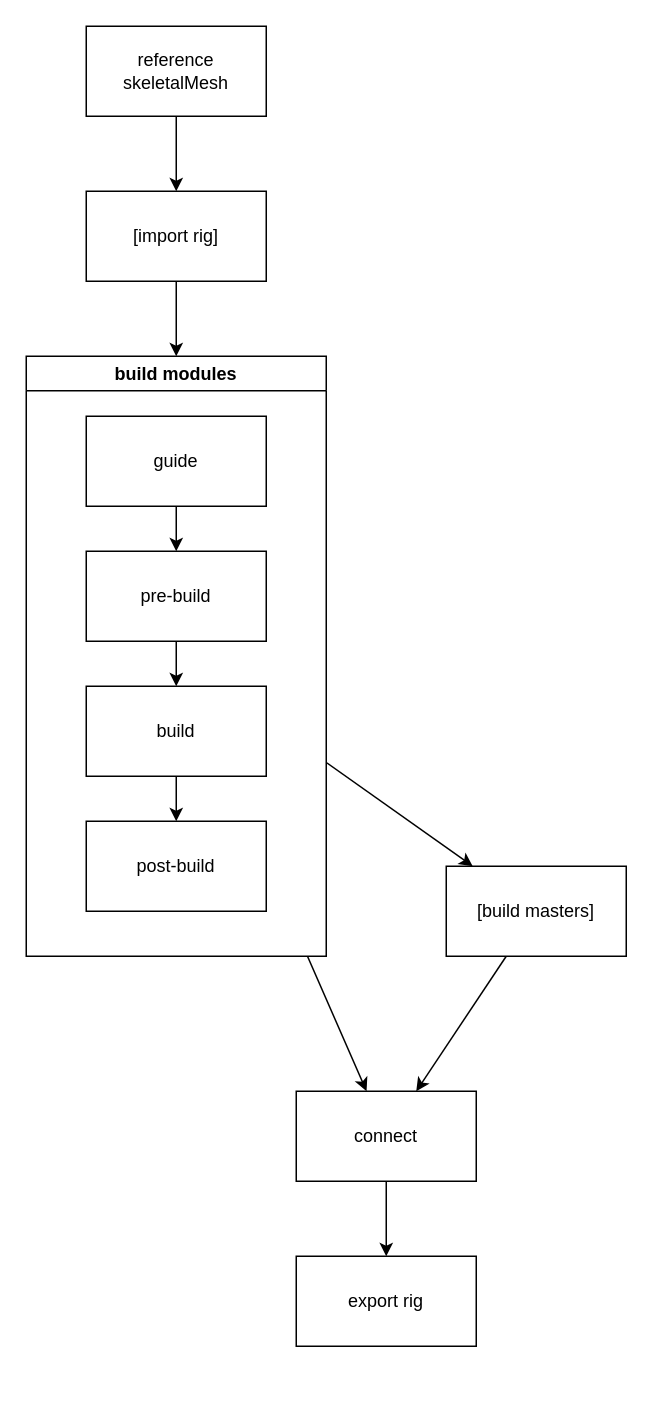
Before: docs/workflow.drawio in LEESANGTAK/ironRig, a draw.io diagram. Source tidied: cells renumbered, new cells numbered last; positions are measured from the earlier drawing's top-left corner, leaving out a move shared by most shapes. Both pictures are drawn from the tidied source at 150%, with x=0, y=0 at pixel (26, 26).
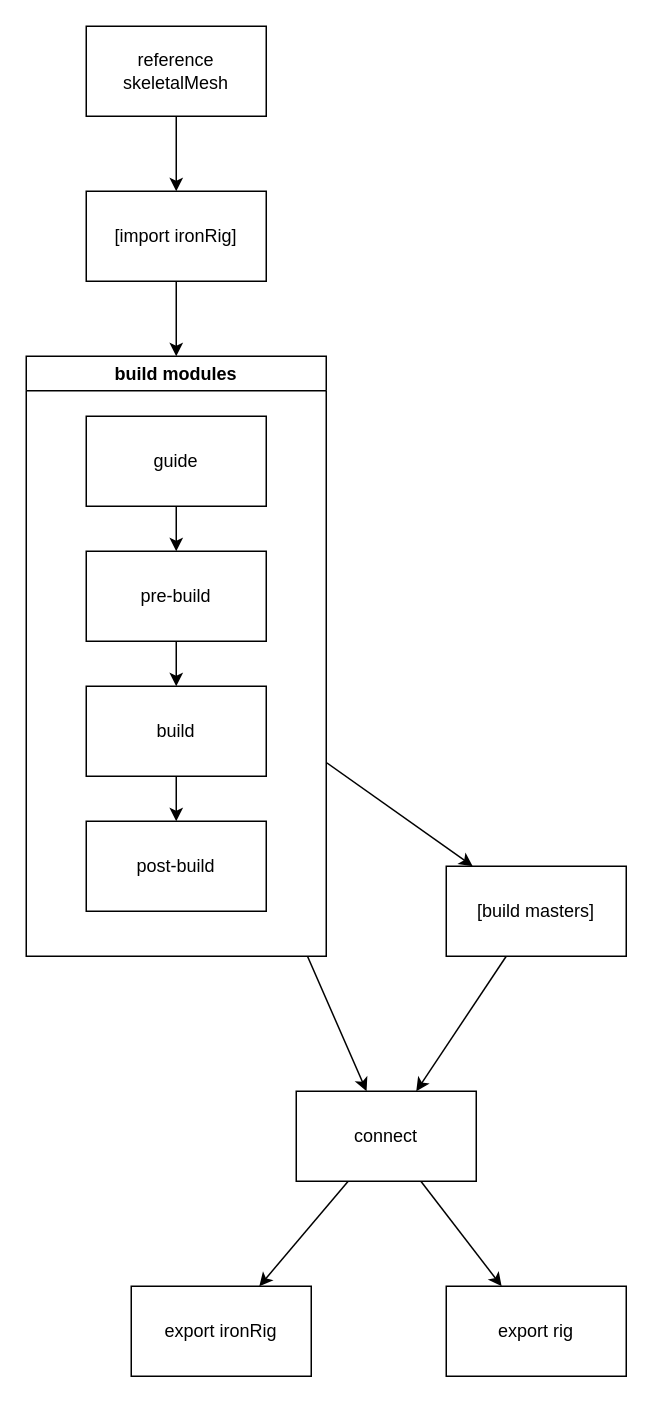
The same diagram, later.

The change refers to these unchanged cells:
```xml
<mxCell id="15" value="connect" style="rounded=0;whiteSpace=wrap;html=1;" parent="1" vertex="1">
  <mxGeometry x="180" y="710" width="120" height="60" as="geometry" />
</mxCell>
```

The edit, as a diff of the source:
```diff
@@
+    <mxCell id="21" style="edgeStyle=none;html=1;endArrow=classic;endFill=1;" parent="1" edge="1" source="15" target="22">
+      <mxGeometry relative="1" as="geometry" />
+    </mxCell>
@@
-    <mxCell id="16" value="export rig" style="rounded=0;whiteSpace=wrap;html=1;" parent="1" vertex="1">
-      <mxGeometry x="180" y="820" width="120" height="60" as="geometry" />
+    <mxCell id="16" value="export ironRig" style="rounded=0;whiteSpace=wrap;html=1;" parent="1" vertex="1">
+      <mxGeometry x="70" y="840" width="120" height="60" as="geometry" />
     </mxCell>
@@
-    <mxCell id="18" value="[import rig]" style="rounded=0;whiteSpace=wrap;html=1;" parent="1" vertex="1">
+    <mxCell id="18" value="[import ironRig]" style="rounded=0;whiteSpace=wrap;html=1;" parent="1" vertex="1">
       <mxGeometry x="40" y="110" width="120" height="60" as="geometry" />
     </mxCell>
@@
+    <mxCell id="22" value="export rig" style="rounded=0;whiteSpace=wrap;html=1;" parent="1" vertex="1">
+      <mxGeometry x="280" y="840" width="120" height="60" as="geometry" />
+    </mxCell>
```
